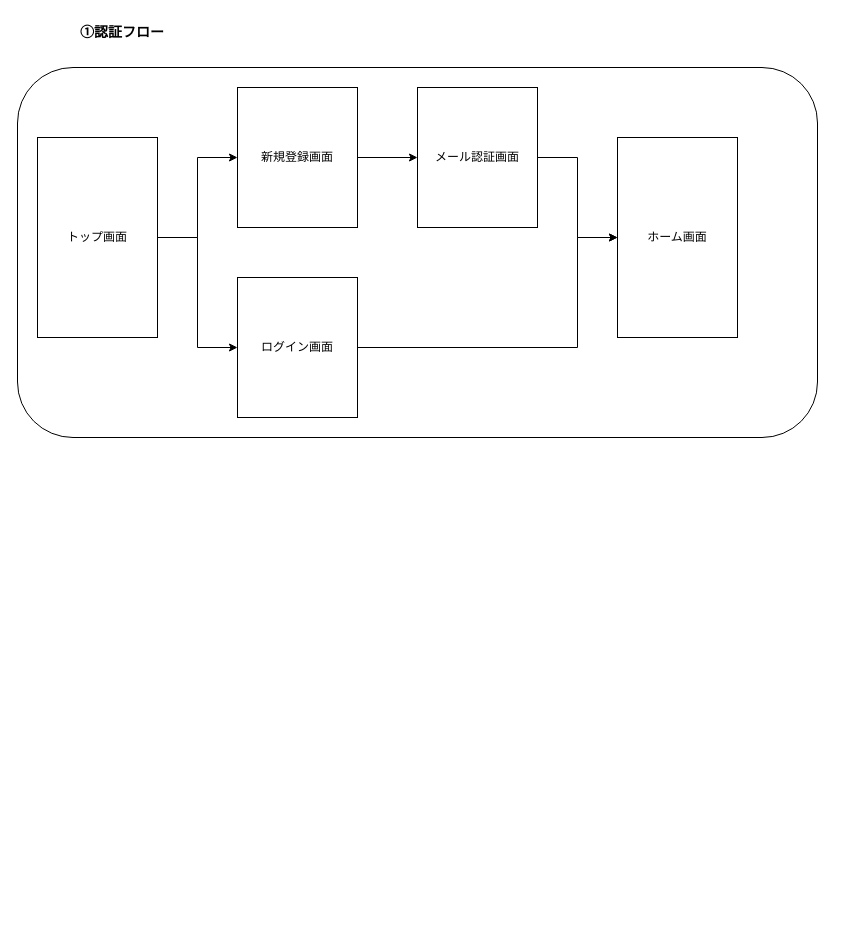
This is UIFlows.drawio from Takuo27/Travel_Map, a draw.io file, before an edit. Source tidied: cells renumbered, new cells numbered last; positions are measured from the earlier drawing's top-left corner, leaving out a move shared by most shapes. Both pictures are drawn from the tidied source at 100%, with x=0, y=0 at pixel (17, 17).
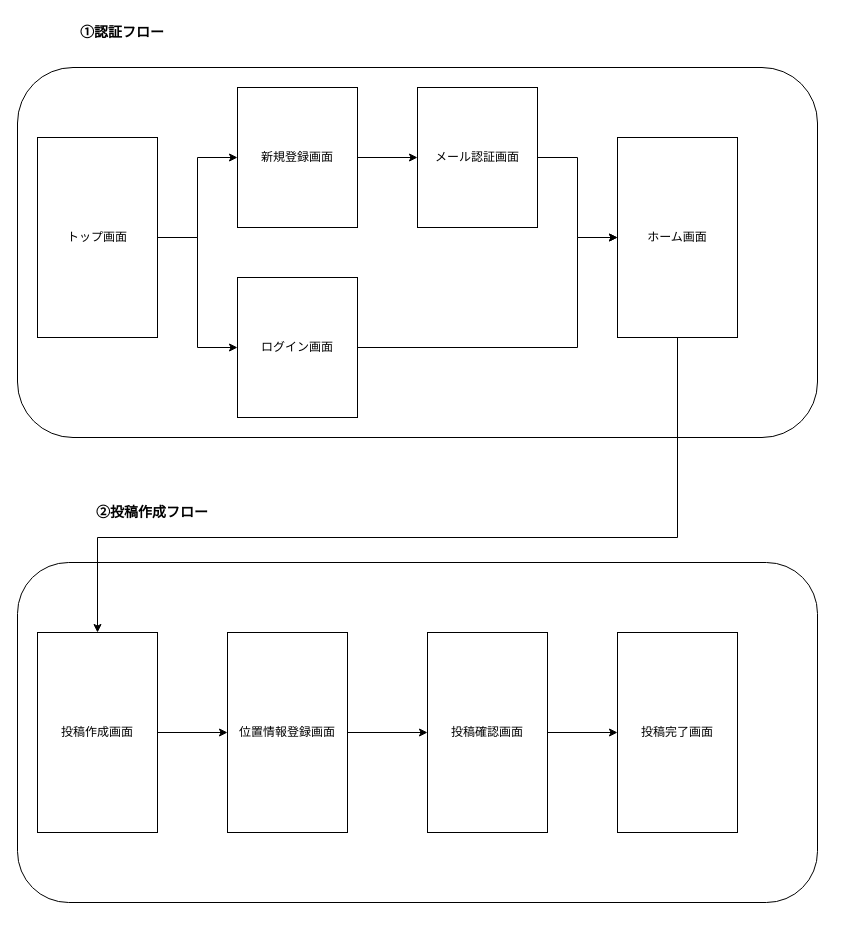
The same diagram, later.

Unchanged cells that the change refers to:
```xml
<mxCell id="10" value="ホーム画面" style="rounded=0;whiteSpace=wrap;html=1;" parent="3" vertex="1">
  <mxGeometry x="600" y="70" width="120" height="200" as="geometry" />
</mxCell>
```

What changed in the source:
```diff
@@
+    <mxCell id="16" style="group;" parent="1" vertex="1">
+      <mxGeometry y="545" width="810" height="370" as="geometry" />
+    </mxCell>
+    <mxCell id="17" style="rounded=1;whiteSpace=wrap;html=1;" parent="16" vertex="1">
+      <mxGeometry width="800" height="340" as="geometry" />
+    </mxCell>
+    <mxCell id="18" value="投稿作成画面" style="rounded=0;whiteSpace=wrap;html=1;" parent="16" vertex="1">
+      <mxGeometry x="20" y="70" width="120" height="200" as="geometry" />
+    </mxCell>
+    <mxCell id="19" value="投稿完了画面" style="rounded=0;whiteSpace=wrap;html=1;" parent="16" vertex="1">
+      <mxGeometry x="600" y="70" width="120" height="200" as="geometry" />
+    </mxCell>
+    <mxCell id="20" style="edgeStyle=orthogonalEdgeStyle;rounded=0;jettySize=auto;html=1;entryX=0;entryY=0.5;entryDx=0;entryDy=0;" parent="16" edge="1" source="18" target="24">
+      <mxGeometry relative="1" as="geometry" />
+    </mxCell>
+    <mxCell id="21" style="edgeStyle=orthogonalEdgeStyle;rounded=0;orthogonalLoop=1;jettySize=auto;html=1;" parent="16" edge="1">
+      <mxGeometry relative="1" as="geometry">
+        <mxPoint x="340" y="90" as="sourcePoint" />
+      </mxGeometry>
+    </mxCell>
+    <mxCell id="22" style="edgeStyle=orthogonalEdgeStyle;rounded=0;jettySize=auto;html=1;entryX=0;entryY=0.5;entryDx=0;entryDy=0;exitX=1;exitY=0.5;exitDx=0;exitDy=0;" parent="16" edge="1" source="25" target="19">
+      <mxGeometry relative="1" as="geometry" />
+    </mxCell>
+    <mxCell id="23" style="edgeStyle=orthogonalEdgeStyle;rounded=0;jettySize=auto;html=1;entryX=0;entryY=0.5;entryDx=0;entryDy=0;" parent="16" edge="1" source="24" target="25">
+      <mxGeometry relative="1" as="geometry" />
+    </mxCell>
+    <mxCell id="24" value="位置情報登録画面" style="rounded=0;whiteSpace=wrap;html=1;" parent="16" vertex="1">
+      <mxGeometry x="210" y="70" width="120" height="200" as="geometry" />
+    </mxCell>
+    <mxCell id="25" value="投稿確認画面" style="rounded=0;whiteSpace=wrap;html=1;" parent="16" vertex="1">
+      <mxGeometry x="410" y="70" width="120" height="200" as="geometry" />
+    </mxCell>
+    <mxCell id="26" value="&lt;span style=&quot;font-size: 14px;&quot;&gt;&lt;b&gt;②投稿作成フロー&lt;/b&gt;&lt;/span&gt;" style="text;html=1;whiteSpace=wrap;strokeColor=none;fillColor=none;align=center;verticalAlign=middle;rounded=0;" parent="1" vertex="1">
+      <mxGeometry x="30" y="480" width="210" height="30" as="geometry" />
+    </mxCell>
+    <mxCell id="27" style="edgeStyle=orthogonalEdgeStyle;rounded=0;jettySize=auto;html=1;entryX=0.5;entryY=0;entryDx=0;entryDy=0;" parent="1" edge="1" source="10" target="18">
+      <mxGeometry relative="1" as="geometry">
+        <Array as="points">
+          <mxPoint x="660" y="520" />
+          <mxPoint x="80" y="520" />
+        </Array>
+      </mxGeometry>
+    </mxCell>
```
